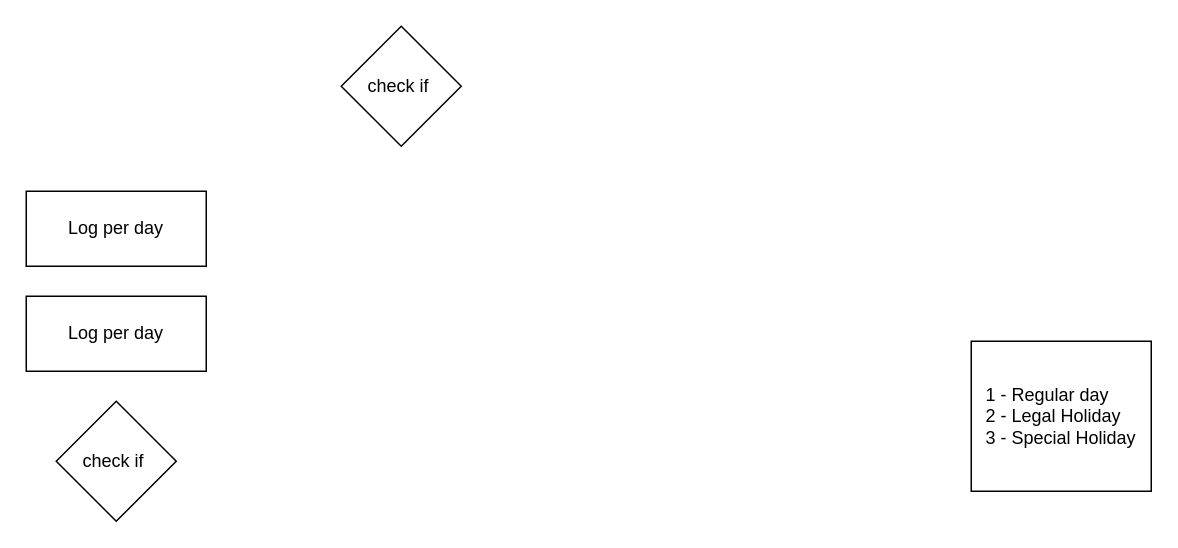
Above: kmcc/Untitled Diagram.drawio in genmancoder/systems-diagrams (draw.io), before the change. Source tidied: cells renumbered, new cells numbered last; positions are measured from the earlier drawing's top-left corner, leaving out a move shared by most shapes. Both pictures are drawn from the tidied source at 150%, with x=0, y=0 at pixel (26, 26).
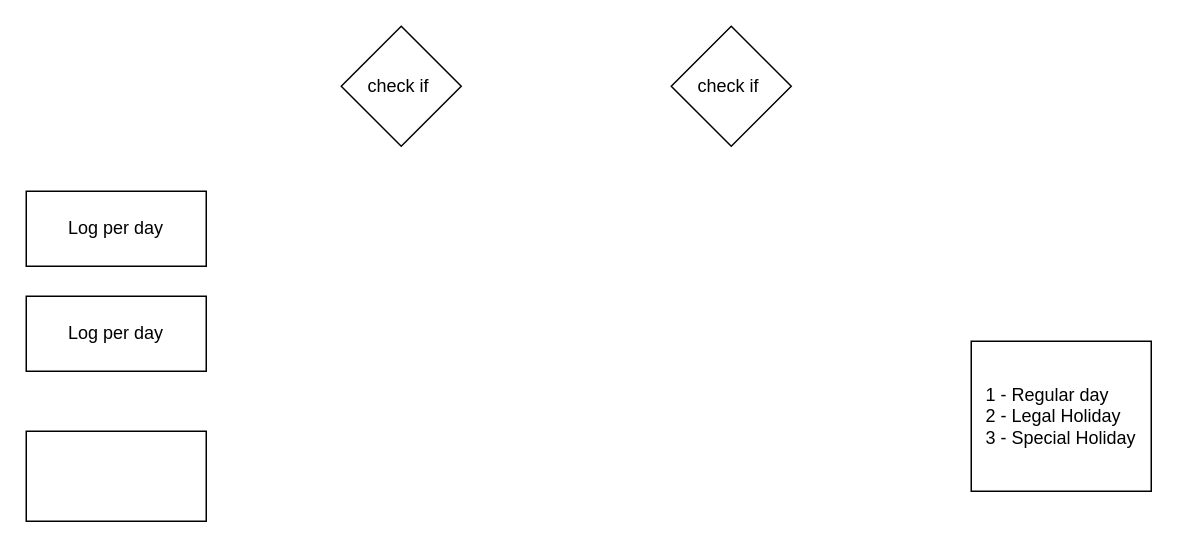
The same diagram, later.

Change to the diagram source:
```diff
@@
 <mxGraphModel>
   <root>
     <mxCell id="0" />
     <mxCell id="1" parent="0" />
     <mxCell id="2" value="&lt;div style=&quot;text-align: left;&quot;&gt;&lt;span style=&quot;background-color: initial;&quot;&gt;1 - Regular day&lt;/span&gt;&lt;/div&gt;&lt;div style=&quot;text-align: left;&quot;&gt;&lt;span style=&quot;background-color: initial;&quot;&gt;2 - Legal Holiday&lt;/span&gt;&lt;/div&gt;&lt;div style=&quot;text-align: left;&quot;&gt;&lt;span style=&quot;background-color: initial;&quot;&gt;3 - Special Holiday&lt;/span&gt;&lt;/div&gt;" style="rounded=0;whiteSpace=wrap;html=1;" parent="1" vertex="1">
       <mxGeometry x="630" y="210" width="120" height="100" as="geometry" />
     </mxCell>
     <mxCell id="3" value="Log per day" style="rounded=0;whiteSpace=wrap;html=1;" parent="1" vertex="1">
       <mxGeometry y="110" width="120" height="50" as="geometry" />
     </mxCell>
     <mxCell id="4" value="Log per day" style="rounded=0;whiteSpace=wrap;html=1;" parent="1" vertex="1">
       <mxGeometry y="180" width="120" height="50" as="geometry" />
     </mxCell>
     <mxCell id="5" value="check if&amp;nbsp;" style="rhombus;whiteSpace=wrap;html=1;" parent="1" vertex="1">
-      <mxGeometry x="20" y="250" width="80" height="80" as="geometry" />
+      <mxGeometry x="430" width="80" height="80" as="geometry" />
     </mxCell>
     <mxCell id="6" value="check if&amp;nbsp;" style="rhombus;whiteSpace=wrap;html=1;" parent="1" vertex="1">
       <mxGeometry x="210" width="80" height="80" as="geometry" />
     </mxCell>
+    <mxCell id="7" style="rounded=0;whiteSpace=wrap;html=1;" parent="1" vertex="1">
+      <mxGeometry y="270" width="120" height="60" as="geometry" />
+    </mxCell>
   </root>
 </mxGraphModel>
```
